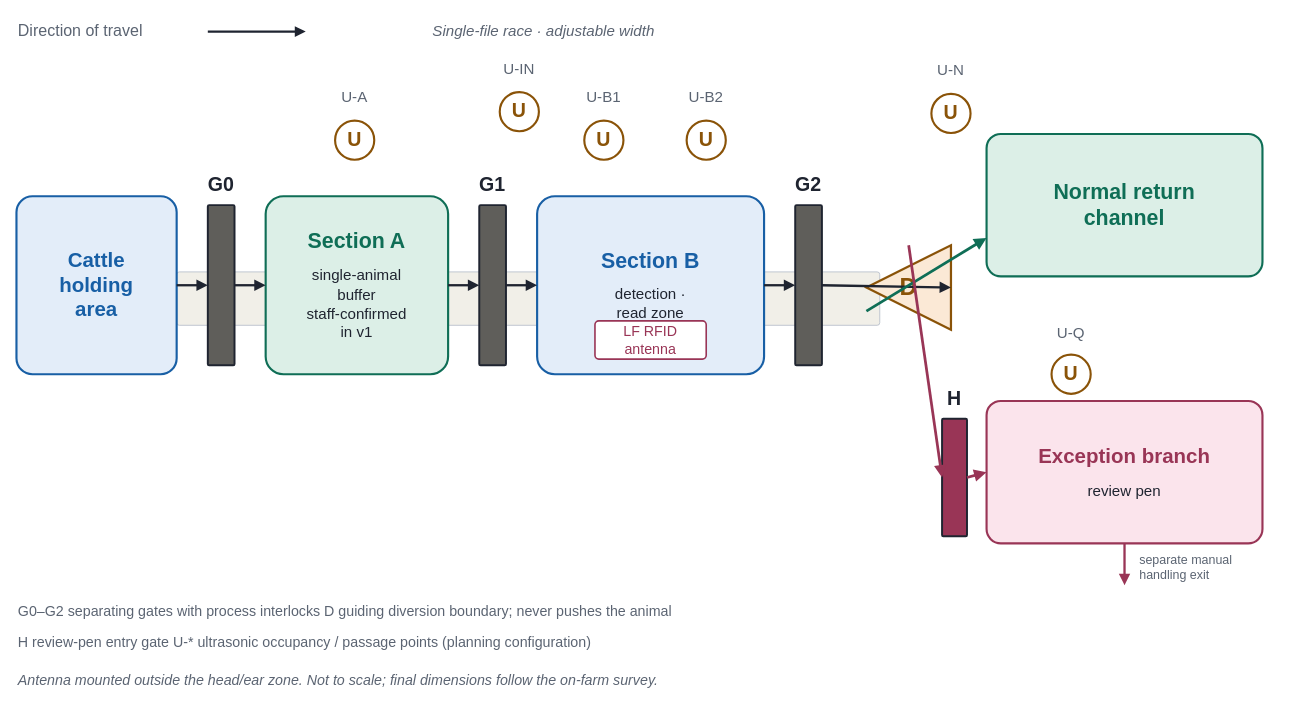
This is 08_组员资料/成员4_Part4_交付/Figure1_通道与分流功能布局.drawio from co27la57/UGHN-Y3-E-L, a draw.io file, before an edit. Source tidied: cells renumbered, new cells numbered last; positions are measured from the earlier drawing's top-left corner, leaving out a move shared by most shapes. Both pictures are drawn from the tidied source at 89%, with x=0, y=0 at pixel (16, 15).
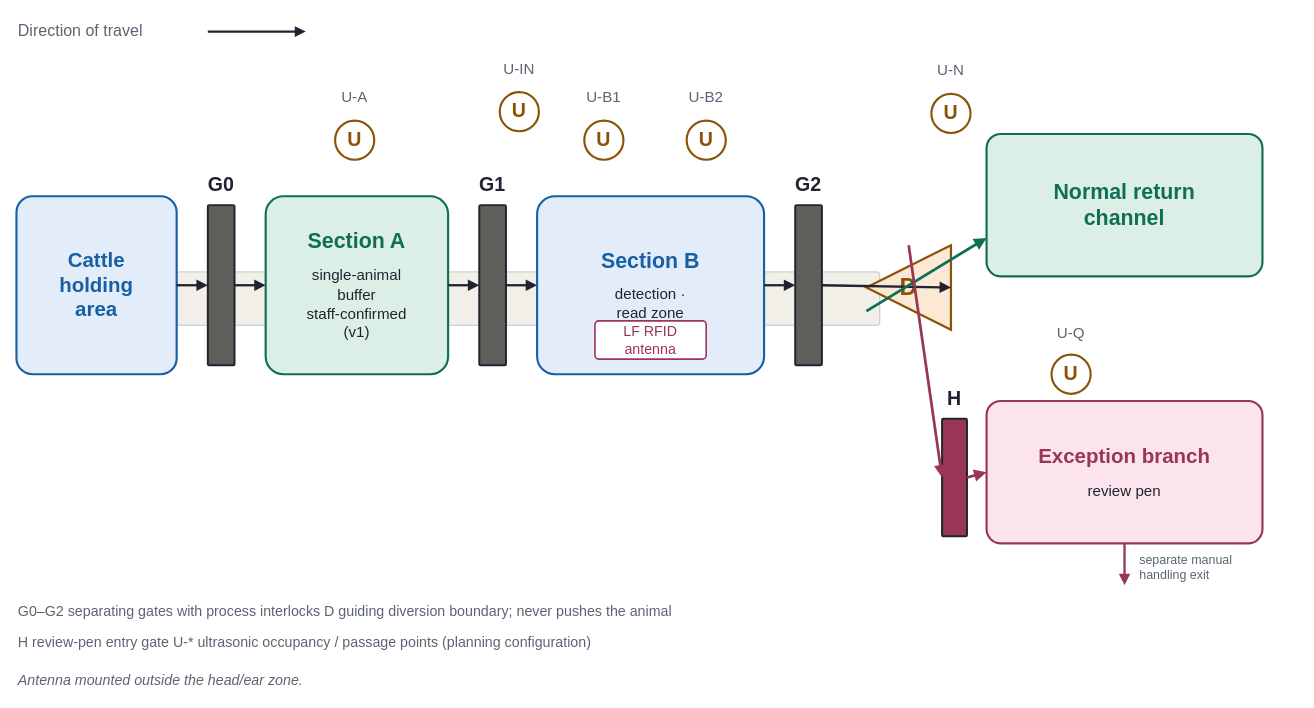
The same page after the edit.

Change to the diagram source:
```diff
@@
-    <mxCell id="5" value="Single-file race · adjustable width" style="text;whiteSpace=wrap;html=1;strokeColor=none;fillColor=none;align=center;verticalAlign=middle;fontColor=#5B6472;fontSize=17;fontStyle=2;" parent="1" vertex="1">
-      <mxGeometry x="375" width="435" height="35" as="geometry" />
-    </mxCell>
@@
-    <mxCell id="9" value="&lt;div style=&quot;font-size:24px;font-weight:bold;color:#0F6E56;&quot;&gt;Section A&lt;/div&gt;&lt;div style=&quot;height:14px;&quot;&gt;&lt;/div&gt;&lt;div style=&quot;font-size:17px;color:#1F2430;line-height:1.25;&quot;&gt;single-animal&lt;br&gt;buffer&lt;br&gt;staff-confirmed&lt;br&gt;in v1&lt;/div&gt;" style="rounded=1;arcSize=10;whiteSpace=wrap;html=1;align=center;verticalAlign=middle;spacing=9;fillColor=#DCEFE7;strokeColor=#0F6E56;strokeWidth=2.4;" parent="1" vertex="1">
+    <mxCell id="9" value="&lt;div style=&quot;font-size:24px;font-weight:bold;color:#0F6E56;&quot;&gt;Section A&lt;/div&gt;&lt;div style=&quot;height:14px;&quot;&gt;&lt;/div&gt;&lt;div style=&quot;font-size:17px;color:#1F2430;line-height:1.25;&quot;&gt;single-animal&lt;br&gt;buffer&lt;br&gt;staff-confirmed&lt;br&gt;(v1)&lt;/div&gt;" style="rounded=1;arcSize=10;whiteSpace=wrap;html=1;align=center;verticalAlign=middle;spacing=9;fillColor=#DCEFE7;strokeColor=#0F6E56;strokeWidth=2.4;" parent="1" vertex="1">
       <mxGeometry x="280" y="203" width="205" height="200" as="geometry" />
     </mxCell>
@@
-    <mxCell id="44" value="Antenna mounted outside the head/ear zone. Not to scale; final dimensions follow the on-farm survey." style="text;whiteSpace=wrap;html=1;strokeColor=none;fillColor=none;align=left;verticalAlign=middle;fontColor=#5B6472;fontSize=16;fontStyle=2;" parent="1" vertex="1">
+    <mxCell id="44" value="Antenna mounted outside the head/ear zone." style="text;whiteSpace=wrap;html=1;strokeColor=none;fillColor=none;align=left;verticalAlign=middle;fontColor=#5B6472;fontSize=16;fontStyle=2;" parent="1" vertex="1">
       <mxGeometry y="733" width="1390" height="28" as="geometry" />
     </mxCell>
```
